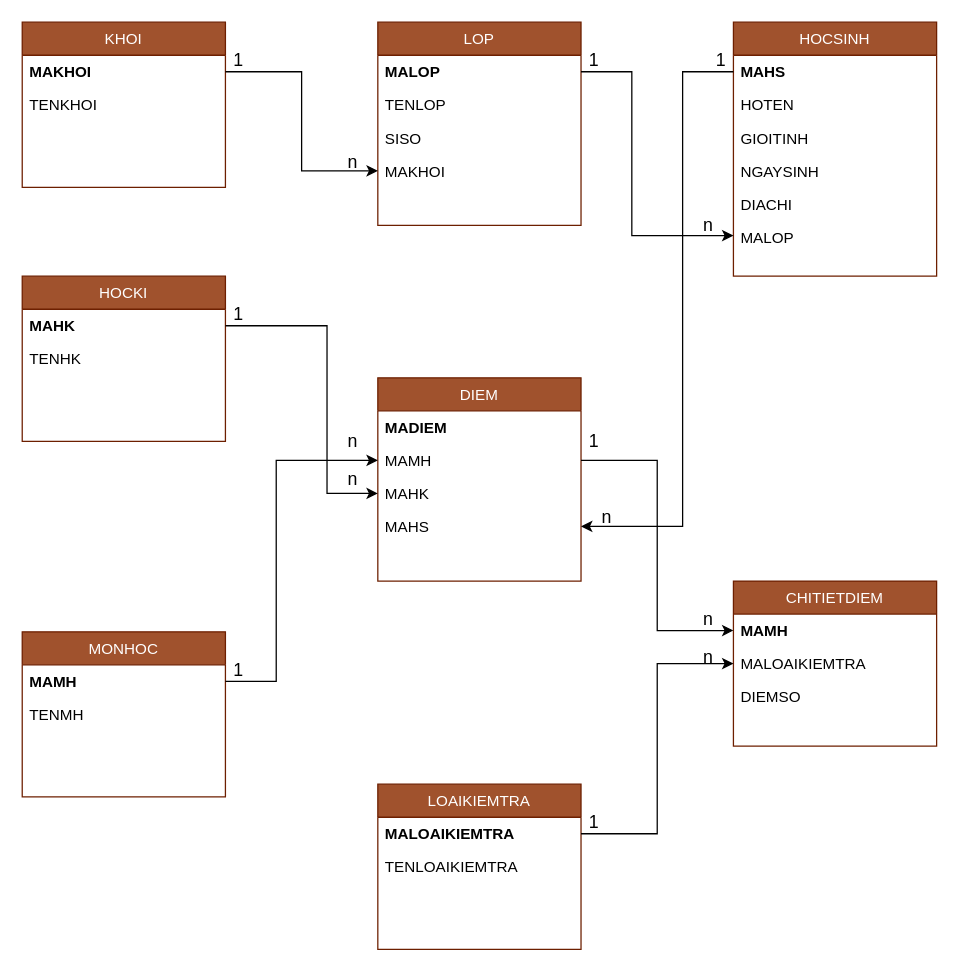
Before: logic.drawio in thaodtt09/test, a draw.io diagram. Source tidied: cells renumbered, new cells numbered last; positions are measured from the earlier drawing's top-left corner, leaving out a move shared by most shapes. Both pictures are drawn from the tidied source at 127%, with x=0, y=0 at pixel (22, 22).
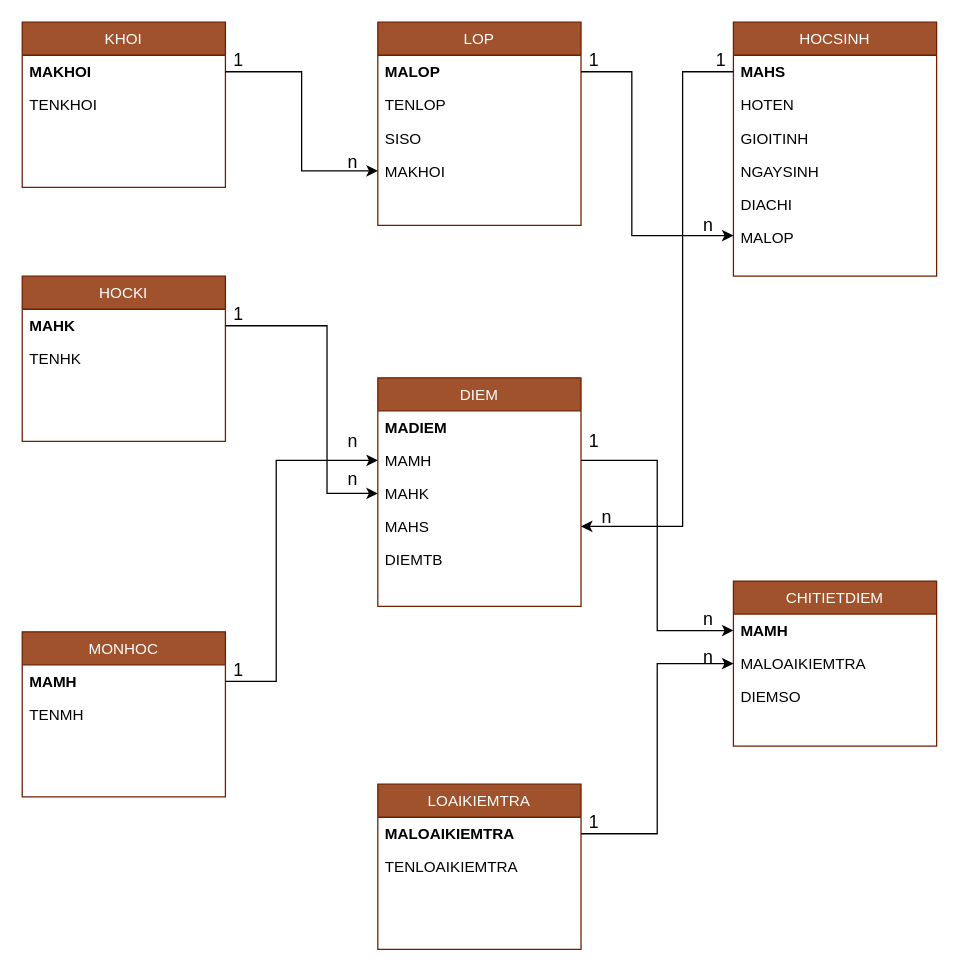
Above is the later version.

Change to the diagram source:
```diff
@@
     <mxCell id="9" value="DIEM" style="swimlane;fontStyle=0;align=center;verticalAlign=top;horizontal=1;startSize=26;rounded=0;shadow=0;strokeWidth=1;fillColor=#a0522d;strokeColor=#6D1F00;fontColor=#ffffff;" parent="1" vertex="1">
-      <mxGeometry x="280" y="280" width="160" height="160" as="geometry" />
+      <mxGeometry x="280" y="280" width="160" height="180" as="geometry" />
     </mxCell>
@@
+    <mxCell id="56" value="DIEMTB" style="text;align=left;verticalAlign=top;spacingLeft=4;spacingRight=4;overflow=hidden;rounded=0;shadow=0;html=0;" parent="9" vertex="1">
+      <mxGeometry y="130" width="160" height="26" as="geometry" />
+    </mxCell>
```
